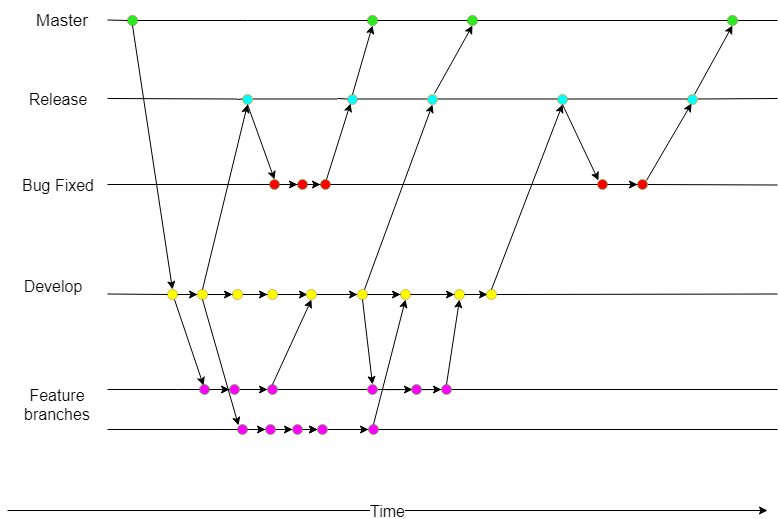
Earlier version of the draw.io export docs/wiki/TDD/Branches diagram.png (pink-king/Final-Fantasy-Dawn-of-Ivalice). Source tidied: cells renumbered, new cells last; positions are measured from the earlier drawing's top-left corner, leaving out a move shared by most shapes.
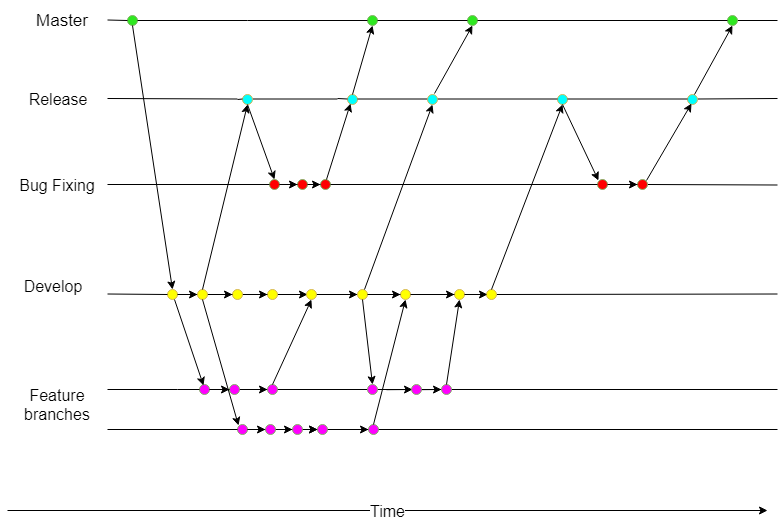
The same file after the commit.

What changed in the source:
```diff
@@ -19,7 +19,7 @@
         <mxPoint x="770" y="20" as="targetPoint" />
       </mxGeometry>
     </mxCell>
-    <mxCell id="7" value="&lt;font style=&quot;font-size: 16px&quot;&gt;Bug Fixed&lt;/font&gt;" style="text;html=1;strokeColor=none;fillColor=none;align=center;verticalAlign=middle;whiteSpace=wrap;rounded=0;" parent="1" vertex="1">
+    <mxCell id="7" value="&lt;font style=&quot;font-size: 16px&quot;&gt;Bug Fixing&lt;/font&gt;" style="text;html=1;strokeColor=none;fillColor=none;align=center;verticalAlign=middle;whiteSpace=wrap;rounded=0;" parent="1" vertex="1">
       <mxGeometry x="10" y="159" width="80" height="50" as="geometry" />
     </mxCell>
     <mxCell id="8" style="endArrow=none;html=1;" parent="1" edge="1" source="70">
```
